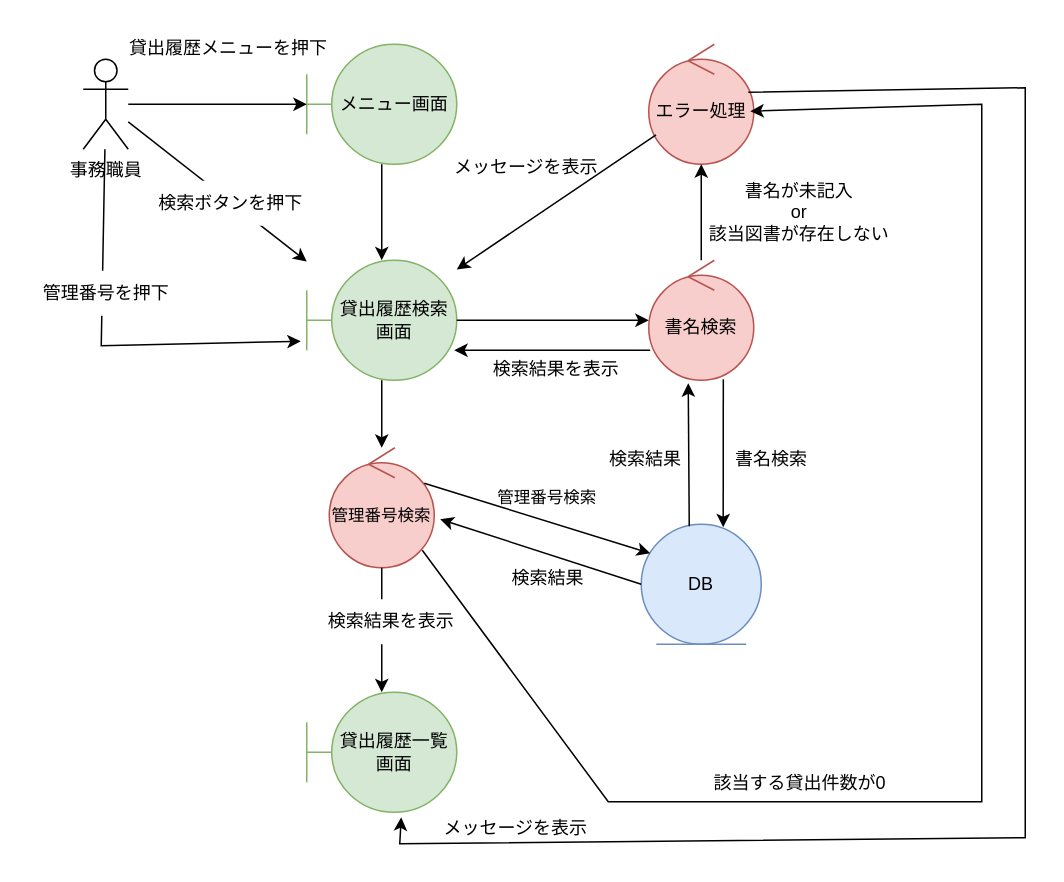
Before: kouka2/analysys_view.drawio in FujikawaHirono0520/group3_1_dogdog, a draw.io diagram. Source tidied: cells renumbered, new cells numbered last; positions are measured from the earlier drawing's top-left corner, leaving out a move shared by most shapes. Both pictures are drawn from the tidied source at 150%, with x=0, y=0 at pixel (26, 26).
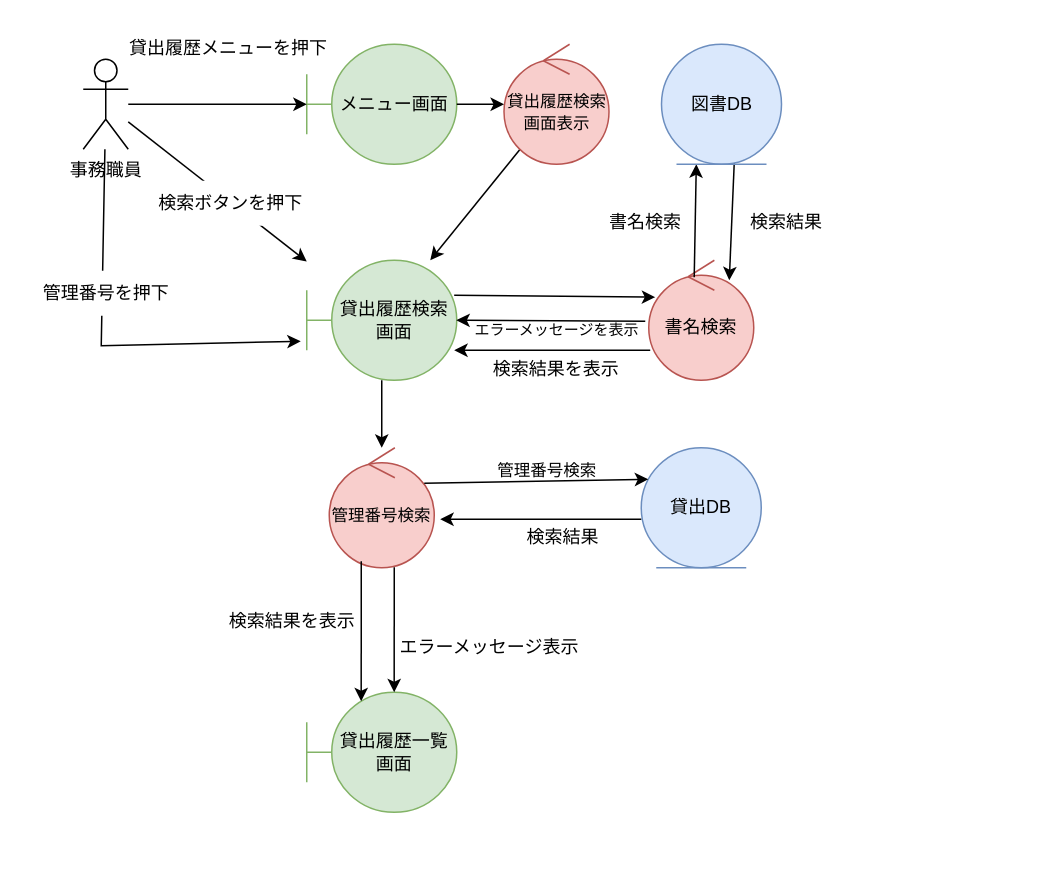
Above is the later version.

The change refers to these unchanged cells:
```xml
<mxCell id="3" value="&lt;div&gt;メニュー画面&lt;/div&gt;" style="shape=umlBoundary;whiteSpace=wrap;html=1;fillColor=#d5e8d4;strokeColor=#82b366;" parent="1" vertex="1">
  <mxGeometry x="187" y="12" width="100" height="80" as="geometry" />
</mxCell>
<mxCell id="4" value="貸出履歴検索画面" style="shape=umlBoundary;whiteSpace=wrap;html=1;fillColor=#d5e8d4;strokeColor=#82b366;" parent="1" vertex="1">
  <mxGeometry x="187" y="156" width="100" height="80" as="geometry" />
</mxCell>
<mxCell id="5" value="貸出履歴一覧画面" style="shape=umlBoundary;whiteSpace=wrap;html=1;fillColor=#d5e8d4;strokeColor=#82b366;" parent="1" vertex="1">
  <mxGeometry x="187" y="444" width="100" height="80" as="geometry" />
</mxCell>
<mxCell id="12" value="書名検索" style="ellipse;shape=umlControl;whiteSpace=wrap;html=1;fillColor=#f8cecc;strokeColor=#b85450;" parent="1" vertex="1">
  <mxGeometry x="415" y="156" width="70" height="80" as="geometry" />
</mxCell>
<mxCell id="27" value="&lt;font style=&quot;font-size: 11px;&quot;&gt;管理番号検索&lt;/font&gt;" style="ellipse;shape=umlControl;whiteSpace=wrap;html=1;fillColor=#f8cecc;strokeColor=#b85450;" parent="1" vertex="1">
  <mxGeometry x="202" y="281" width="70" height="80" as="geometry" />
</mxCell>
```

The edit, as a diff of the source:
```diff
@@
-    <mxCell id="7" style="endArrow=classic;html=1;rounded=0;" parent="1" edge="1" source="3" target="4">
+    <mxCell id="7" style="endArrow=classic;html=1;rounded=0;" parent="1" edge="1" source="39" target="4">
       <mxGeometry relative="1" as="geometry" />
     </mxCell>
@@
-    <mxCell id="11" value="DB" style="ellipse;shape=umlEntity;whiteSpace=wrap;html=1;fillColor=#dae8fc;strokeColor=#6c8ebf;" parent="1" vertex="1">
-      <mxGeometry x="410" y="332" width="80" height="80" as="geometry" />
+    <mxCell id="11" value="貸出DB" style="ellipse;shape=umlEntity;whiteSpace=wrap;html=1;fillColor=#dae8fc;strokeColor=#6c8ebf;" parent="1" vertex="1">
+      <mxGeometry x="410" y="281" width="80" height="80" as="geometry" />
     </mxCell>
@@
-    <mxCell id="13" style="endArrow=classic;html=1;rounded=0;" parent="1" edge="1" source="4" target="12">
+    <mxCell id="13" style="endArrow=classic;html=1;rounded=0;entryX=0.062;entryY=0.308;entryDx=0;entryDy=0;entryPerimeter=0;exitX=0.983;exitY=0.292;exitDx=0;exitDy=0;exitPerimeter=0;" parent="1" edge="1" source="4" target="12">
       <mxGeometry relative="1" as="geometry" />
     </mxCell>
-    <mxCell id="14" style="endArrow=classic;html=1;rounded=0;exitX=0.71;exitY=0.992;exitDx=0;exitDy=0;exitPerimeter=0;entryX=0.683;entryY=0.025;entryDx=0;entryDy=0;entryPerimeter=0;" parent="1" edge="1" source="12" target="11">
+    <mxCell id="14" style="endArrow=classic;html=1;rounded=0;exitX=0.606;exitY=0.992;exitDx=0;exitDy=0;exitPerimeter=0;entryX=0.767;entryY=0.167;entryDx=0;entryDy=0;entryPerimeter=0;" parent="1" edge="1" source="44" target="12">
       <mxGeometry relative="1" as="geometry" />
     </mxCell>
-    <mxCell id="15" style="endArrow=classic;html=1;rounded=0;entryX=0.376;entryY=1.025;entryDx=0;entryDy=0;entryPerimeter=0;exitX=0.4;exitY=0.017;exitDx=0;exitDy=0;exitPerimeter=0;" parent="1" edge="1" source="11" target="12">
+    <mxCell id="15" style="endArrow=classic;html=1;rounded=0;entryX=0.29;entryY=1;entryDx=0;entryDy=0;entryPerimeter=0;exitX=0.433;exitY=0.142;exitDx=0;exitDy=0;exitPerimeter=0;" parent="1" edge="1" source="12" target="44">
       <mxGeometry relative="1" as="geometry" />
     </mxCell>
     <mxCell id="16" value="書名検索" style="text;html=1;align=center;verticalAlign=middle;whiteSpace=wrap;rounded=0;" parent="1" vertex="1">
-      <mxGeometry x="467" y="274" width="60" height="30" as="geometry" />
+      <mxGeometry x="383" y="116" width="60" height="30" as="geometry" />
     </mxCell>
     <mxCell id="17" value="検索結果" style="text;html=1;align=center;verticalAlign=middle;whiteSpace=wrap;rounded=0;" parent="1" vertex="1">
-      <mxGeometry x="383" y="274" width="60" height="30" as="geometry" />
+      <mxGeometry x="477" y="116" width="60" height="30" as="geometry" />
     </mxCell>
@@
-    <mxCell id="19" value="エラー処理" style="ellipse;shape=umlControl;whiteSpace=wrap;html=1;fillColor=#f8cecc;strokeColor=#b85450;" parent="1" vertex="1">
-      <mxGeometry x="415" y="12" width="70" height="80" as="geometry" />
-    </mxCell>
-    <mxCell id="20" style="endArrow=classic;html=1;rounded=0;" parent="1" edge="1" source="12" target="19">
-      <mxGeometry relative="1" as="geometry" />
-    </mxCell>
-    <mxCell id="21" value="書名が未記入&lt;div&gt;or&lt;/div&gt;&lt;div&gt;該当図書が存在しない&lt;/div&gt;" style="text;html=1;align=center;verticalAlign=middle;whiteSpace=wrap;rounded=0;" parent="1" vertex="1">
-      <mxGeometry x="452" y="109" width="127" height="30" as="geometry" />
-    </mxCell>
-    <mxCell id="22" style="endArrow=classic;html=1;rounded=0;" parent="1" edge="1" source="19" target="4">
-      <mxGeometry relative="1" as="geometry" />
-    </mxCell>
-    <mxCell id="23" value="メッセージを表示" style="text;html=1;align=center;verticalAlign=middle;whiteSpace=wrap;rounded=0;" parent="1" vertex="1">
-      <mxGeometry x="282" y="79" width="103" height="30" as="geometry" />
-    </mxCell>
@@
-    <mxCell id="29" style="endArrow=classic;html=1;rounded=0;entryX=0.075;entryY=0.242;entryDx=0;entryDy=0;entryPerimeter=0;exitX=0.905;exitY=0.296;exitDx=0;exitDy=0;exitPerimeter=0;" parent="1" edge="1" source="27" target="11">
+    <mxCell id="29" style="endArrow=classic;html=1;rounded=0;entryX=0.058;entryY=0.263;entryDx=0;entryDy=0;entryPerimeter=0;exitX=0.905;exitY=0.296;exitDx=0;exitDy=0;exitPerimeter=0;" parent="1" edge="1" source="27" target="11">
       <mxGeometry relative="1" as="geometry" />
     </mxCell>
-    <mxCell id="30" style="endArrow=classic;html=1;rounded=0;entryX=1.057;entryY=0.596;entryDx=0;entryDy=0;entryPerimeter=0;exitX=0;exitY=0.5;exitDx=0;exitDy=0;" parent="1" edge="1" source="11" target="27">
+    <mxCell id="30" style="endArrow=classic;html=1;rounded=0;entryX=1.057;entryY=0.596;entryDx=0;entryDy=0;entryPerimeter=0;exitX=0;exitY=0.596;exitDx=0;exitDy=0;exitPerimeter=0;" parent="1" edge="1" source="11" target="27">
       <mxGeometry relative="1" as="geometry" />
     </mxCell>
     <mxCell id="31" value="検索結果" style="text;html=1;align=center;verticalAlign=middle;whiteSpace=wrap;rounded=0;" parent="1" vertex="1">
-      <mxGeometry x="318" y="353" width="60" height="30" as="geometry" />
+      <mxGeometry x="328" y="326" width="60" height="30" as="geometry" />
     </mxCell>
     <mxCell id="32" value="&lt;font style=&quot;font-size: 11px;&quot;&gt;管理番号検索&lt;/font&gt;" style="text;html=1;align=center;verticalAlign=middle;whiteSpace=wrap;rounded=0;" parent="1" vertex="1">
-      <mxGeometry x="312" y="299" width="71" height="30" as="geometry" />
+      <mxGeometry x="312" y="281" width="71" height="30" as="geometry" />
     </mxCell>
-    <mxCell id="33" style="endArrow=classic;html=1;rounded=0;" parent="1" edge="1" source="27" target="5">
+    <mxCell id="33" style="endArrow=classic;html=1;rounded=0;exitX=0.305;exitY=0.946;exitDx=0;exitDy=0;exitPerimeter=0;entryX=0.363;entryY=0.075;entryDx=0;entryDy=0;entryPerimeter=0;" parent="1" edge="1" source="27" target="5">
       <mxGeometry relative="1" as="geometry" />
     </mxCell>
     <mxCell id="34" value="検索結果を表示" style="text;html=1;align=center;verticalAlign=middle;whiteSpace=wrap;rounded=0;fillColor=default;" parent="1" vertex="1">
-      <mxGeometry x="200" y="382" width="87" height="30" as="geometry" />
+      <mxGeometry x="134" y="382" width="87" height="30" as="geometry" />
     </mxCell>
-    <mxCell id="35" style="endArrow=classic;html=1;rounded=0;exitX=0.886;exitY=0.854;exitDx=0;exitDy=0;exitPerimeter=0;entryX=0.967;entryY=0.558;entryDx=0;entryDy=0;entryPerimeter=0;" parent="1" edge="1" source="27" target="19">
-      <mxGeometry relative="1" as="geometry">
-        <Array as="points">
-          <mxPoint x="388" y="517" />
-          <mxPoint x="637" y="517" />
-          <mxPoint x="637" y="52" />
-        </Array>
-      </mxGeometry>
-    </mxCell>
-    <mxCell id="36" value="該当する貸出件数が0" style="text;html=1;align=center;verticalAlign=middle;whiteSpace=wrap;rounded=0;" parent="1" vertex="1">
-      <mxGeometry x="436.5" y="490" width="158" height="30" as="geometry" />
-    </mxCell>
-    <mxCell id="37" style="endArrow=classic;html=1;rounded=0;exitX=0.948;exitY=0.4;exitDx=0;exitDy=0;exitPerimeter=0;entryX=0.63;entryY=1.042;entryDx=0;entryDy=0;entryPerimeter=0;" parent="1" edge="1" source="19" target="5">
-      <mxGeometry relative="1" as="geometry">
-        <Array as="points">
-          <mxPoint x="666" y="41" />
-          <mxPoint x="666" y="541" />
-          <mxPoint x="249" y="545" />
-        </Array>
-      </mxGeometry>
-    </mxCell>
-    <mxCell id="38" value="メッセージを表示" style="text;html=1;align=center;verticalAlign=middle;whiteSpace=wrap;rounded=0;" parent="1" vertex="1">
-      <mxGeometry x="275" y="520" width="103" height="30" as="geometry" />
+    <mxCell id="38" value="&lt;font style=&quot;font-size: 10px;&quot;&gt;エラーメッセージを表示&lt;/font&gt;" style="text;html=1;align=center;verticalAlign=middle;whiteSpace=wrap;rounded=0;" parent="1" vertex="1">
+      <mxGeometry x="283.5" y="187" width="140" height="30" as="geometry" />
     </mxCell>
+    <mxCell id="39" value="&lt;font style=&quot;font-size: 11px;&quot;&gt;貸出履歴検索画面表示&lt;/font&gt;" style="ellipse;shape=umlControl;whiteSpace=wrap;html=1;fillColor=#f8cecc;strokeColor=#b85450;" parent="1" vertex="1">
+      <mxGeometry x="318.5" y="12" width="70" height="80" as="geometry" />
+    </mxCell>
+    <mxCell id="40" style="endArrow=classic;html=1;rounded=0;" parent="1" edge="1" source="3" target="39">
+      <mxGeometry relative="1" as="geometry" />
+    </mxCell>
+    <mxCell id="41" style="endArrow=classic;html=1;rounded=0;exitX=0.619;exitY=0.996;exitDx=0;exitDy=0;exitPerimeter=0;entryX=0.583;entryY=0;entryDx=0;entryDy=0;entryPerimeter=0;" parent="1" edge="1" source="27" target="5">
+      <mxGeometry relative="1" as="geometry" />
+    </mxCell>
+    <mxCell id="42" style="endArrow=classic;html=1;rounded=0;entryX=0.997;entryY=0.5;entryDx=0;entryDy=0;entryPerimeter=0;exitX=-0.033;exitY=0.508;exitDx=0;exitDy=0;exitPerimeter=0;" parent="1" edge="1" source="12" target="4">
+      <mxGeometry relative="1" as="geometry" />
+    </mxCell>
+    <mxCell id="43" value="&lt;font style=&quot;font-size: 12px;&quot;&gt;エラーメッセージ&lt;/font&gt;&lt;span style=&quot;background-color: transparent; color: light-dark(rgb(0, 0, 0), rgb(255, 255, 255));&quot;&gt;表示&lt;/span&gt;" style="text;html=1;align=center;verticalAlign=middle;whiteSpace=wrap;rounded=0;" parent="1" vertex="1">
+      <mxGeometry x="238.5" y="399" width="140" height="30" as="geometry" />
+    </mxCell>
+    <mxCell id="44" value="図書DB" style="ellipse;shape=umlEntity;whiteSpace=wrap;html=1;fillColor=#dae8fc;strokeColor=#6c8ebf;" parent="1" vertex="1">
+      <mxGeometry x="423.5" y="12" width="80" height="80" as="geometry" />
+    </mxCell>
```
